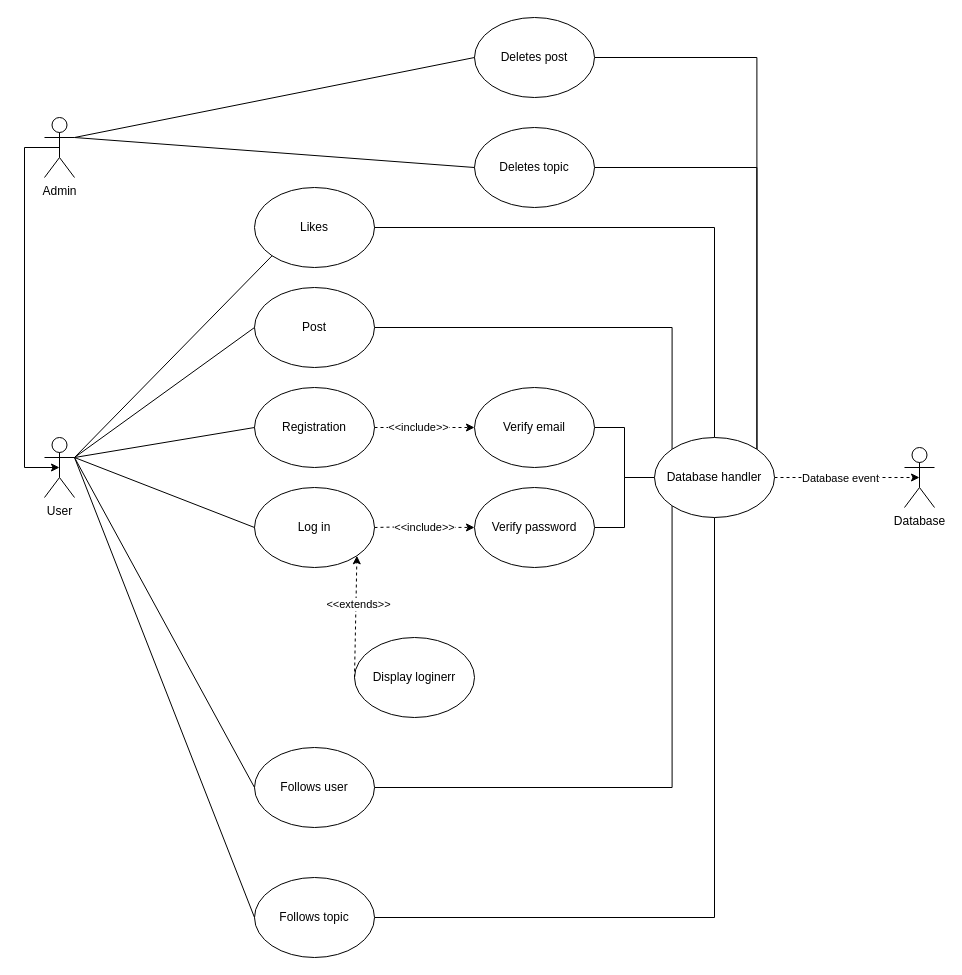
This is doc/diagrams/use_case_diagram/Use_case_diagram.drawio from kubatovtamas/uzenetSZTEk, a draw.io file, before an edit. Source tidied: cells renumbered, new cells numbered last; positions are measured from the earlier drawing's top-left corner, leaving out a move shared by most shapes. Both pictures are drawn from the tidied source at 100%, with x=0, y=0 at pixel (24, 17).
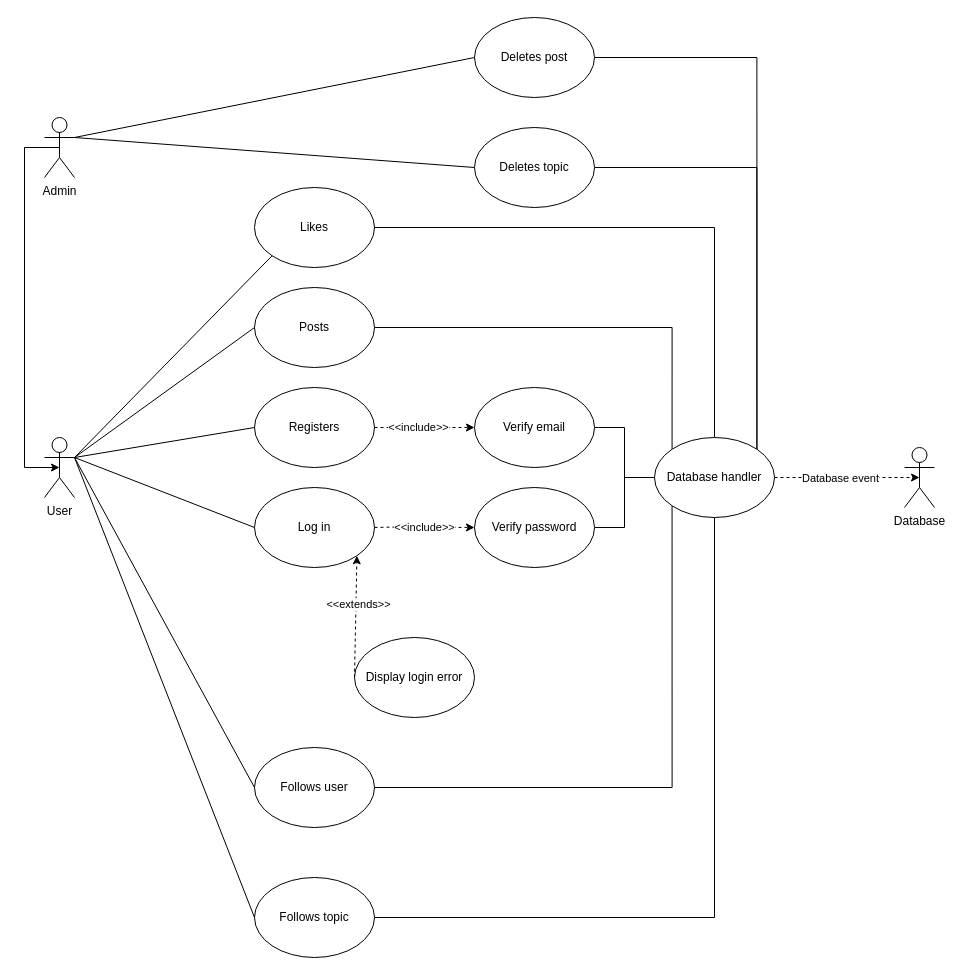
After the change.

Commit message:
Changed loginerr to login error and registration uses case to registers in use_case_diagram

Change to the diagram source:
```diff
@@
-    <mxCell id="6" value="Registration" style="ellipse;whiteSpace=wrap;html=1;" parent="1" vertex="1">
+    <mxCell id="6" value="Registers" style="ellipse;whiteSpace=wrap;html=1;" parent="1" vertex="1">
       <mxGeometry x="230" y="370" width="120" height="80" as="geometry" />
     </mxCell>
@@
-    <mxCell id="9" value="Post" style="ellipse;whiteSpace=wrap;html=1;" parent="1" vertex="1">
+    <mxCell id="9" value="Posts" style="ellipse;whiteSpace=wrap;html=1;" parent="1" vertex="1">
       <mxGeometry x="230" y="270" width="120" height="80" as="geometry" />
     </mxCell>
@@
-    <mxCell id="28" value="Display loginerr" style="ellipse;whiteSpace=wrap;html=1;" parent="1" vertex="1">
+    <mxCell id="28" value="Display login error" style="ellipse;whiteSpace=wrap;html=1;" parent="1" vertex="1">
       <mxGeometry x="330" y="620" width="120" height="80" as="geometry" />
     </mxCell>
```
